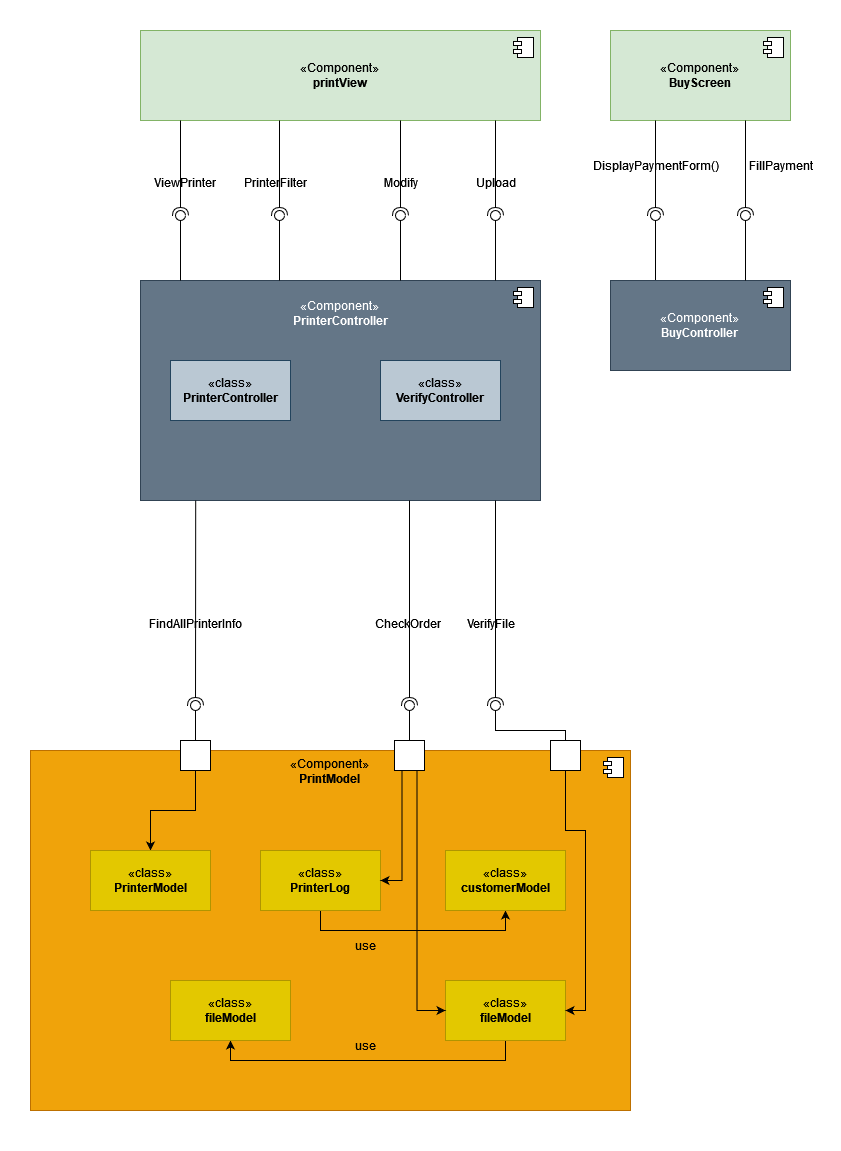
Frankie2030/HCMUT-SSPS-241 keeps this draw.io diagram as Document/2. Task/3. Architecture Design/[module 2] Component(1).png. Above is the earlier version. Source tidied: cells renumbered, new cells last; positions are measured from the earlier drawing's top-left corner, leaving out a move shared by most shapes.
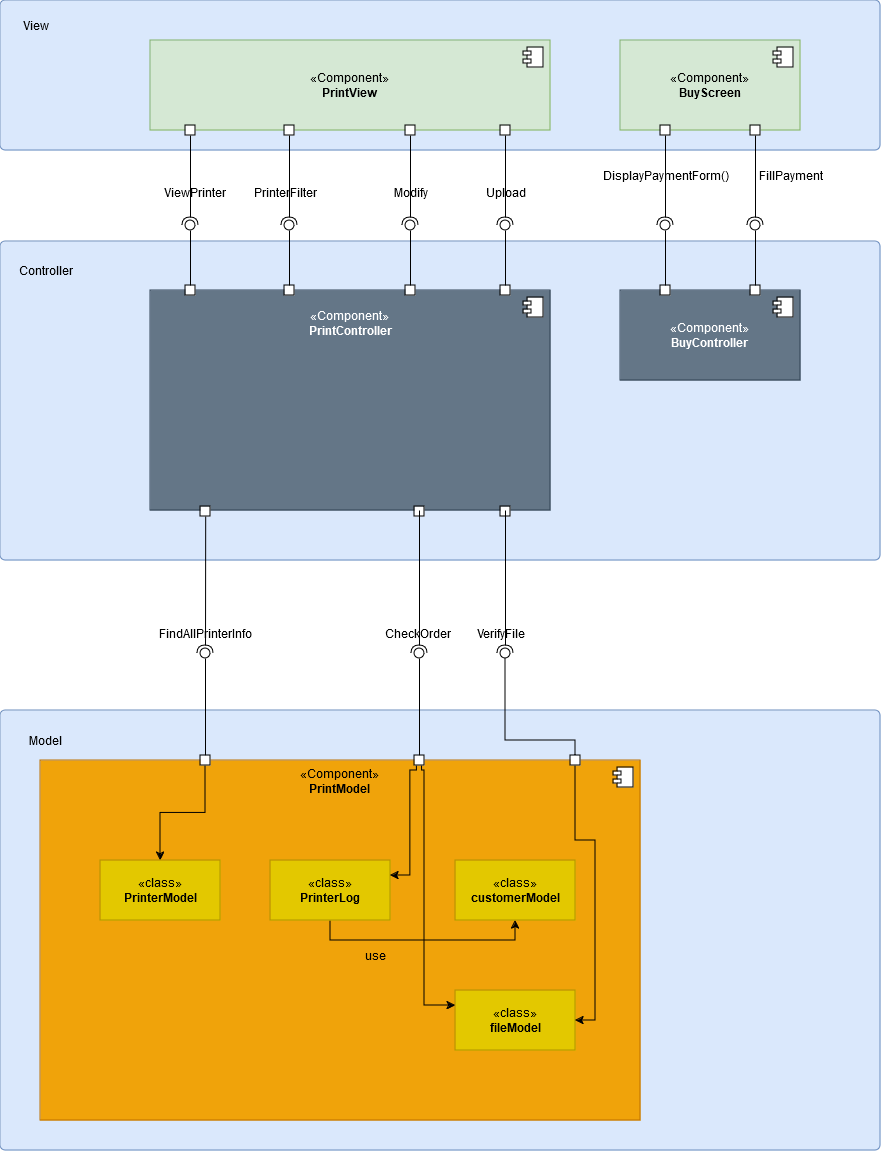
The same file after the commit.

Diff of the diagram source:
```diff
@@ -2,16 +2,22 @@
   <root>
     <mxCell id="0" />
     <mxCell id="1" parent="0" />
-    <mxCell id="2" style="rounded=0;whiteSpace=wrap;html=1;strokeColor=#FFFFFF;" parent="1" vertex="1">
-      <mxGeometry width="840" height="1150" as="geometry" />
-    </mxCell>
+    <mxCell id="69" style="html=1;align=center;verticalAlign=top;rounded=1;absoluteArcSize=1;arcSize=10;dashed=0;whiteSpace=wrap;fillColor=#dae8fc;strokeColor=#6c8ebf;" parent="1" vertex="1">
+      <mxGeometry x="-10" y="700" width="880" height="440" as="geometry" />
+    </mxCell>
+    <mxCell id="70" style="html=1;align=center;verticalAlign=top;rounded=1;absoluteArcSize=1;arcSize=10;dashed=0;whiteSpace=wrap;fillColor=#dae8fc;strokeColor=#6c8ebf;" parent="1" vertex="1">
+      <mxGeometry x="-10" y="231" width="880" height="319" as="geometry" />
+    </mxCell>
+    <mxCell id="71" style="html=1;align=center;verticalAlign=top;rounded=1;absoluteArcSize=1;arcSize=10;dashed=0;whiteSpace=wrap;fillColor=#dae8fc;strokeColor=#6c8ebf;" parent="1" vertex="1">
+      <mxGeometry x="-10" y="-10" width="880" height="150" as="geometry" />
+    </mxCell>
     <mxCell id="3" style="rounded=0;jettySize=auto;html=1;endArrow=oval;endFill=0;sketch=0;sourcePerimeterSpacing=0;targetPerimeterSpacing=0;endSize=10;exitX=0.25;exitY=0;exitDx=0;exitDy=0;" parent="1" edge="1" source="13" target="4">
       <mxGeometry relative="1" as="geometry" />
     </mxCell>
     <mxCell id="4" style="ellipse;whiteSpace=wrap;html=1;align=center;fillColor=none;strokeColor=none;perimeter=centerPerimeter;points=[];outlineConnect=1;" parent="1" vertex="1">
       <mxGeometry x="650" y="210" width="10" height="10" as="geometry" />
     </mxCell>
-    <mxCell id="5" value="«Component»&lt;br&gt;&lt;b&gt;printView&lt;/b&gt;" style="html=1;whiteSpace=wrap;fillColor=#d5e8d4;strokeColor=#82b366;" parent="1" vertex="1">
+    <mxCell id="5" value="«Component»&lt;br&gt;&lt;b&gt;PrintView&lt;/b&gt;" style="html=1;whiteSpace=wrap;fillColor=#d5e8d4;strokeColor=#82b366;" parent="1" vertex="1">
       <mxGeometry x="140" y="30" width="400" height="90" as="geometry" />
     </mxCell>
     <mxCell id="6" style="shape=module;jettyWidth=8;jettyHeight=4;" parent="5" vertex="1">
@@ -19,7 +25,7 @@
         <mxPoint x="-27" y="7" as="offset" />
       </mxGeometry>
     </mxCell>
-    <mxCell id="7" value="&lt;p align=&quot;center&quot; style=&quot;line-height: 120%;&quot;&gt;«Component»&lt;br&gt;&lt;b&gt;PrinterController&lt;/b&gt;&lt;/p&gt;&lt;div align=&quot;center&quot;&gt;&lt;br&gt;&lt;/div&gt;" style="html=1;whiteSpace=wrap;align=center;verticalAlign=top;fillColor=#647687;fontColor=#ffffff;strokeColor=#314354;" parent="1" vertex="1">
+    <mxCell id="7" value="&lt;p align=&quot;center&quot; style=&quot;line-height: 120%;&quot;&gt;«Component»&lt;br&gt;&lt;b&gt;PrintController&lt;/b&gt;&lt;/p&gt;&lt;div align=&quot;center&quot;&gt;&lt;br&gt;&lt;/div&gt;" style="html=1;whiteSpace=wrap;align=center;verticalAlign=top;fillColor=#647687;fontColor=#ffffff;strokeColor=#314354;" parent="1" vertex="1">
       <mxGeometry x="140" y="280" width="400" height="220" as="geometry" />
     </mxCell>
     <mxCell id="8" style="shape=module;jettyWidth=8;jettyHeight=4;" parent="7" vertex="1">
@@ -27,12 +33,6 @@
         <mxPoint x="-27" y="7" as="offset" />
       </mxGeometry>
     </mxCell>
-    <mxCell id="9" value="«class»&lt;br&gt;&lt;b&gt;PrinterController&lt;/b&gt;" style="html=1;whiteSpace=wrap;fillColor=#bac8d3;strokeColor=#23445d;" parent="1" vertex="1">
-      <mxGeometry x="170" y="360" width="120" height="60" as="geometry" />
-    </mxCell>
-    <mxCell id="10" value="«class»&lt;br&gt;&lt;b&gt;VerifyController&lt;/b&gt;" style="html=1;whiteSpace=wrap;fillColor=#bac8d3;strokeColor=#23445d;" parent="1" vertex="1">
-      <mxGeometry x="380" y="360" width="120" height="60" as="geometry" />
-    </mxCell>
     <mxCell id="11" value="«Component»&lt;br&gt;&lt;b&gt;BuyScreen&lt;/b&gt;" style="html=1;whiteSpace=wrap;fillColor=#d5e8d4;strokeColor=#82b366;" parent="1" vertex="1">
       <mxGeometry x="610" y="30" width="180" height="90" as="geometry" />
     </mxCell>
@@ -153,47 +153,26 @@
         <mxPoint x="-27" y="7" as="offset" />
       </mxGeometry>
     </mxCell>
-    <mxCell id="43" style="edgeStyle=orthogonalEdgeStyle;rounded=0;jettySize=auto;html=1;entryX=0.5;entryY=0;entryDx=0;entryDy=0;" parent="1" edge="1" source="44" target="57">
+    <mxCell id="43" style="edgeStyle=orthogonalEdgeStyle;rounded=0;jettySize=auto;html=1;entryX=0.5;entryY=0;entryDx=0;entryDy=0;exitX=0.5;exitY=1;exitDx=0;exitDy=0;" parent="1" edge="1" source="75" target="57">
       <mxGeometry relative="1" as="geometry" />
     </mxCell>
-    <mxCell id="44" style="html=1;rounded=0;" parent="1" vertex="1">
-      <mxGeometry x="180" y="740" width="30" height="30" as="geometry" />
-    </mxCell>
     <mxCell id="45" style="rounded=0;jettySize=auto;html=1;endArrow=halfCircle;endFill=0;endSize=6;strokeWidth=1;sketch=0;exitX=0.138;exitY=1;exitDx=0;exitDy=0;exitPerimeter=0;" parent="1" edge="1" source="7" target="47">
       <mxGeometry relative="1" as="geometry" />
     </mxCell>
-    <mxCell id="46" style="rounded=0;jettySize=auto;html=1;endArrow=oval;endFill=0;sketch=0;sourcePerimeterSpacing=0;targetPerimeterSpacing=0;endSize=10;exitX=0.5;exitY=0;exitDx=0;exitDy=0;" parent="1" edge="1" source="44" target="47">
+    <mxCell id="46" style="rounded=0;jettySize=auto;html=1;endArrow=oval;endFill=0;sketch=0;sourcePerimeterSpacing=0;targetPerimeterSpacing=0;endSize=10;exitX=0.5;exitY=0;exitDx=0;exitDy=0;" parent="1" edge="1" source="75" target="47">
       <mxGeometry relative="1" as="geometry" />
     </mxCell>
     <mxCell id="47" style="ellipse;whiteSpace=wrap;html=1;align=center;fillColor=none;strokeColor=none;perimeter=centerPerimeter;points=[];outlineConnect=1;" parent="1" vertex="1">
-      <mxGeometry x="190" y="700" width="10" height="10" as="geometry" />
+      <mxGeometry x="190" y="638" width="10" height="10" as="geometry" />
     </mxCell>
-    <mxCell id="48" style="html=1;rounded=0;" parent="1" vertex="1">
-      <mxGeometry x="394" y="740" width="30" height="30" as="geometry" />
-    </mxCell>
-    <mxCell id="49" style="rounded=0;orthogonalLoop=1;jettySize=auto;html=1;endArrow=halfCircle;endFill=0;endSize=6;strokeWidth=1;sketch=0;exitX=0.138;exitY=1;exitDx=0;exitDy=0;exitPerimeter=0;" parent="1" edge="1">
-      <mxGeometry relative="1" as="geometry">
-        <mxPoint x="409" y="500" as="sourcePoint" />
-        <mxPoint x="409" y="705" as="targetPoint" />
-      </mxGeometry>
-    </mxCell>
-    <mxCell id="50" style="rounded=0;jettySize=auto;html=1;endArrow=oval;endFill=0;sketch=0;sourcePerimeterSpacing=0;targetPerimeterSpacing=0;endSize=10;exitX=0.5;exitY=0;exitDx=0;exitDy=0;" parent="1" edge="1" source="48">
+    <mxCell id="50" style="rounded=0;jettySize=auto;html=1;endArrow=oval;endFill=0;sketch=0;sourcePerimeterSpacing=0;targetPerimeterSpacing=0;endSize=10;exitX=0.5;exitY=0;exitDx=0;exitDy=0;entryX=0.638;entryY=0.392;entryDx=0;entryDy=0;entryPerimeter=0;" parent="1" edge="1" target="96">
       <mxGeometry relative="1" as="geometry">
-        <mxPoint x="409" y="705" as="targetPoint" />
+        <mxPoint x="409" y="745" as="sourcePoint" />
       </mxGeometry>
     </mxCell>
-    <mxCell id="51" style="html=1;rounded=0;" parent="1" vertex="1">
-      <mxGeometry x="550" y="740" width="30" height="30" as="geometry" />
-    </mxCell>
-    <mxCell id="52" style="rounded=0;orthogonalLoop=1;jettySize=auto;html=1;endArrow=halfCircle;endFill=0;endSize=6;strokeWidth=1;sketch=0;exitX=0.138;exitY=1;exitDx=0;exitDy=0;exitPerimeter=0;" parent="1" edge="1">
-      <mxGeometry relative="1" as="geometry">
-        <mxPoint x="495" y="500" as="sourcePoint" />
-        <mxPoint x="495" y="705" as="targetPoint" />
-      </mxGeometry>
-    </mxCell>
-    <mxCell id="53" style="rounded=0;jettySize=auto;html=1;endArrow=oval;endFill=0;sketch=0;sourcePerimeterSpacing=0;targetPerimeterSpacing=0;endSize=10;exitX=0.5;exitY=0;exitDx=0;exitDy=0;" parent="1" edge="1" source="51">
+    <mxCell id="53" style="rounded=0;jettySize=auto;html=1;endArrow=oval;endFill=0;sketch=0;sourcePerimeterSpacing=0;targetPerimeterSpacing=0;endSize=10;exitX=0.5;exitY=0;exitDx=0;exitDy=0;entryX=0.449;entryY=0.751;entryDx=0;entryDy=0;entryPerimeter=0;" parent="1" edge="1" target="98">
       <mxGeometry relative="1" as="geometry">
-        <mxPoint x="495" y="705" as="targetPoint" />
+        <mxPoint x="565" y="745" as="sourcePoint" />
         <Array as="points">
           <mxPoint x="565" y="730" />
           <mxPoint x="495" y="730" />
@@ -223,27 +202,13 @@
     <mxCell id="59" value="«class»&lt;br&gt;&lt;b&gt;PrinterLog&lt;/b&gt;" style="html=1;whiteSpace=wrap;fillColor=#e3c800;fontColor=#000000;strokeColor=#B09500;" parent="1" vertex="1">
       <mxGeometry x="260" y="850" width="120" height="60" as="geometry" />
     </mxCell>
-    <mxCell id="60" style="edgeStyle=orthogonalEdgeStyle;rounded=0;jettySize=auto;html=1;entryX=1;entryY=0.5;entryDx=0;entryDy=0;exitX=0.25;exitY=1;exitDx=0;exitDy=0;" parent="1" edge="1" source="48" target="59">
-      <mxGeometry relative="1" as="geometry" />
-    </mxCell>
     <mxCell id="61" value="«class»&lt;br&gt;&lt;b&gt;customerModel&lt;/b&gt;" style="html=1;whiteSpace=wrap;fillColor=#e3c800;fontColor=#000000;strokeColor=#B09500;" parent="1" vertex="1">
       <mxGeometry x="445" y="850" width="120" height="60" as="geometry" />
     </mxCell>
-    <mxCell id="62" style="edgeStyle=orthogonalEdgeStyle;rounded=0;jettySize=auto;html=1;entryX=0.5;entryY=1;entryDx=0;entryDy=0;" parent="1" edge="1" source="63" target="66">
-      <mxGeometry relative="1" as="geometry">
-        <Array as="points">
-          <mxPoint x="505" y="1060" />
-          <mxPoint x="230" y="1060" />
-        </Array>
-      </mxGeometry>
-    </mxCell>
     <mxCell id="63" value="«class»&lt;br&gt;&lt;b&gt;fileModel&lt;/b&gt;" style="html=1;whiteSpace=wrap;fillColor=#e3c800;fontColor=#000000;strokeColor=#B09500;" parent="1" vertex="1">
       <mxGeometry x="445" y="980" width="120" height="60" as="geometry" />
     </mxCell>
-    <mxCell id="64" style="edgeStyle=orthogonalEdgeStyle;rounded=0;jettySize=auto;html=1;entryX=0;entryY=0.5;entryDx=0;entryDy=0;exitX=0.75;exitY=1;exitDx=0;exitDy=0;" parent="1" edge="1" source="48" target="63">
-      <mxGeometry relative="1" as="geometry" />
-    </mxCell>
-    <mxCell id="65" style="edgeStyle=orthogonalEdgeStyle;rounded=0;jettySize=auto;html=1;entryX=1;entryY=0.5;entryDx=0;entryDy=0;exitX=0.5;exitY=1;exitDx=0;exitDy=0;" parent="1" edge="1" source="51" target="63">
+    <mxCell id="65" style="edgeStyle=orthogonalEdgeStyle;rounded=0;jettySize=auto;html=1;entryX=1;entryY=0.5;entryDx=0;entryDy=0;exitX=0.5;exitY=1;exitDx=0;exitDy=0;" parent="1" edge="1" source="74" target="63">
       <mxGeometry relative="1" as="geometry">
         <Array as="points">
           <mxPoint x="565" y="830" />
@@ -252,14 +217,105 @@
         </Array>
       </mxGeometry>
     </mxCell>
-    <mxCell id="66" value="«class»&lt;br&gt;&lt;b&gt;fileModel&lt;/b&gt;" style="html=1;whiteSpace=wrap;fillColor=#e3c800;fontColor=#000000;strokeColor=#B09500;" parent="1" vertex="1">
-      <mxGeometry x="170" y="980" width="120" height="60" as="geometry" />
-    </mxCell>
     <mxCell id="67" value="use" style="text;html=1;align=center;verticalAlign=middle;strokeColor=none;fillColor=none;" parent="1" vertex="1">
       <mxGeometry x="345" y="930" width="40" height="30" as="geometry" />
     </mxCell>
-    <mxCell id="68" value="use" style="text;html=1;align=center;verticalAlign=middle;strokeColor=none;fillColor=none;" parent="1" vertex="1">
-      <mxGeometry x="345" y="1030" width="40" height="30" as="geometry" />
-    </mxCell>
+    <mxCell id="72" style="edgeStyle=orthogonalEdgeStyle;rounded=0;jettySize=auto;html=1;entryX=0;entryY=0.25;entryDx=0;entryDy=0;exitX=0.75;exitY=1;exitDx=0;exitDy=0;" parent="1" edge="1" source="76" target="63">
+      <mxGeometry relative="1" as="geometry">
+        <Array as="points">
+          <mxPoint x="411" y="760" />
+          <mxPoint x="414" y="760" />
+          <mxPoint x="414" y="995" />
+        </Array>
+      </mxGeometry>
+    </mxCell>
+    <mxCell id="73" style="edgeStyle=orthogonalEdgeStyle;rounded=0;jettySize=auto;html=1;entryX=1;entryY=0.25;entryDx=0;entryDy=0;exitX=0.25;exitY=1;exitDx=0;exitDy=0;" parent="1" edge="1" source="76" target="59">
+      <mxGeometry relative="1" as="geometry">
+        <Array as="points">
+          <mxPoint x="407" y="760" />
+          <mxPoint x="400" y="760" />
+          <mxPoint x="400" y="865" />
+        </Array>
+      </mxGeometry>
+    </mxCell>
+    <mxCell id="74" style="html=1;rounded=0;" parent="1" vertex="1">
+      <mxGeometry x="560" y="745" width="10" height="10" as="geometry" />
+    </mxCell>
+    <mxCell id="75" style="html=1;rounded=0;" parent="1" vertex="1">
+      <mxGeometry x="190" y="745" width="10" height="10" as="geometry" />
+    </mxCell>
+    <mxCell id="76" style="html=1;rounded=0;" parent="1" vertex="1">
+      <mxGeometry x="404" y="745" width="10" height="10" as="geometry" />
+    </mxCell>
+    <mxCell id="77" style="fontStyle=0;labelPosition=right;verticalLabelPosition=middle;align=left;verticalAlign=middle;spacingLeft=2;" parent="1" vertex="1">
+      <mxGeometry x="490" y="496" width="10" height="10" as="geometry" />
+    </mxCell>
+    <mxCell id="78" style="fontStyle=0;labelPosition=right;verticalLabelPosition=middle;align=left;verticalAlign=middle;spacingLeft=2;" parent="1" vertex="1">
+      <mxGeometry x="404" y="496" width="10" height="10" as="geometry" />
+    </mxCell>
+    <mxCell id="79" style="fontStyle=0;labelPosition=right;verticalLabelPosition=middle;align=left;verticalAlign=middle;spacingLeft=2;" parent="1" vertex="1">
+      <mxGeometry x="190" y="496" width="10" height="10" as="geometry" />
+    </mxCell>
+    <mxCell id="80" style="fontStyle=0;labelPosition=right;verticalLabelPosition=middle;align=left;verticalAlign=middle;spacingLeft=2;" parent="1" vertex="1">
+      <mxGeometry x="175" y="275" width="10" height="10" as="geometry" />
+    </mxCell>
+    <mxCell id="81" style="fontStyle=0;labelPosition=right;verticalLabelPosition=middle;align=left;verticalAlign=middle;spacingLeft=2;" parent="1" vertex="1">
+      <mxGeometry x="274" y="275" width="10" height="10" as="geometry" />
+    </mxCell>
+    <mxCell id="82" style="fontStyle=0;labelPosition=right;verticalLabelPosition=middle;align=left;verticalAlign=middle;spacingLeft=2;" parent="1" vertex="1">
+      <mxGeometry x="395" y="275" width="10" height="10" as="geometry" />
+    </mxCell>
+    <mxCell id="83" style="fontStyle=0;labelPosition=right;verticalLabelPosition=middle;align=left;verticalAlign=middle;spacingLeft=2;" parent="1" vertex="1">
+      <mxGeometry x="490" y="275" width="10" height="10" as="geometry" />
+    </mxCell>
+    <mxCell id="84" style="fontStyle=0;labelPosition=right;verticalLabelPosition=middle;align=left;verticalAlign=middle;spacingLeft=2;" parent="1" vertex="1">
+      <mxGeometry x="650" y="275" width="10" height="10" as="geometry" />
+    </mxCell>
+    <mxCell id="85" style="fontStyle=0;labelPosition=right;verticalLabelPosition=middle;align=left;verticalAlign=middle;spacingLeft=2;" parent="1" vertex="1">
+      <mxGeometry x="740" y="275" width="10" height="10" as="geometry" />
+    </mxCell>
+    <mxCell id="86" style="fontStyle=0;labelPosition=right;verticalLabelPosition=middle;align=left;verticalAlign=middle;spacingLeft=2;" parent="1" vertex="1">
+      <mxGeometry x="740" y="115" width="10" height="10" as="geometry" />
+    </mxCell>
+    <mxCell id="87" style="fontStyle=0;labelPosition=right;verticalLabelPosition=middle;align=left;verticalAlign=middle;spacingLeft=2;" parent="1" vertex="1">
+      <mxGeometry x="650" y="115" width="10" height="10" as="geometry" />
+    </mxCell>
+    <mxCell id="88" style="fontStyle=0;labelPosition=right;verticalLabelPosition=middle;align=left;verticalAlign=middle;spacingLeft=2;" parent="1" vertex="1">
+      <mxGeometry x="490" y="115" width="10" height="10" as="geometry" />
+    </mxCell>
+    <mxCell id="89" style="fontStyle=0;labelPosition=right;verticalLabelPosition=middle;align=left;verticalAlign=middle;spacingLeft=2;" parent="1" vertex="1">
+      <mxGeometry x="395" y="115" width="10" height="10" as="geometry" />
+    </mxCell>
+    <mxCell id="90" style="fontStyle=0;labelPosition=right;verticalLabelPosition=middle;align=left;verticalAlign=middle;spacingLeft=2;" parent="1" vertex="1">
+      <mxGeometry x="274" y="115" width="10" height="10" as="geometry" />
+    </mxCell>
+    <mxCell id="91" style="fontStyle=0;labelPosition=right;verticalLabelPosition=middle;align=left;verticalAlign=middle;spacingLeft=2;" parent="1" vertex="1">
+      <mxGeometry x="175" y="115" width="10" height="10" as="geometry" />
+    </mxCell>
+    <mxCell id="92" value="View" style="text;html=1;align=center;verticalAlign=middle;strokeColor=none;fillColor=none;" parent="1" vertex="1">
+      <mxGeometry width="50" height="30" as="geometry" />
+    </mxCell>
+    <mxCell id="93" value="Controller" style="text;html=1;align=center;verticalAlign=middle;strokeColor=none;fillColor=none;" parent="1" vertex="1">
+      <mxGeometry y="245" width="70" height="30" as="geometry" />
+    </mxCell>
+    <mxCell id="94" value="Model" style="text;html=1;align=center;verticalAlign=middle;strokeColor=none;fillColor=none;" parent="1" vertex="1">
+      <mxGeometry x="10" y="715" width="50" height="30" as="geometry" />
+    </mxCell>
+    <mxCell id="95" style="rounded=0;jettySize=auto;html=1;endArrow=halfCircle;endFill=0;endSize=6;strokeWidth=1;sketch=0;exitX=0.138;exitY=1;exitDx=0;exitDy=0;exitPerimeter=0;" parent="1" edge="1" target="96">
+      <mxGeometry relative="1" as="geometry">
+        <mxPoint x="409" y="500" as="sourcePoint" />
+      </mxGeometry>
+    </mxCell>
+    <mxCell id="96" style="ellipse;whiteSpace=wrap;html=1;align=center;fillColor=none;strokeColor=none;perimeter=centerPerimeter;points=[];outlineConnect=1;" parent="1" vertex="1">
+      <mxGeometry x="404" y="638" width="10" height="10" as="geometry" />
+    </mxCell>
+    <mxCell id="97" style="rounded=0;jettySize=auto;html=1;endArrow=halfCircle;endFill=0;endSize=6;strokeWidth=1;sketch=0;exitX=0.138;exitY=1;exitDx=0;exitDy=0;exitPerimeter=0;" parent="1" edge="1" target="98">
+      <mxGeometry relative="1" as="geometry">
+        <mxPoint x="495" y="500" as="sourcePoint" />
+      </mxGeometry>
+    </mxCell>
+    <mxCell id="98" style="ellipse;whiteSpace=wrap;html=1;align=center;fillColor=none;strokeColor=none;perimeter=centerPerimeter;points=[];outlineConnect=1;" parent="1" vertex="1">
+      <mxGeometry x="490" y="638" width="10" height="10" as="geometry" />
+    </mxCell>
   </root>
 </mxGraphModel>
```
